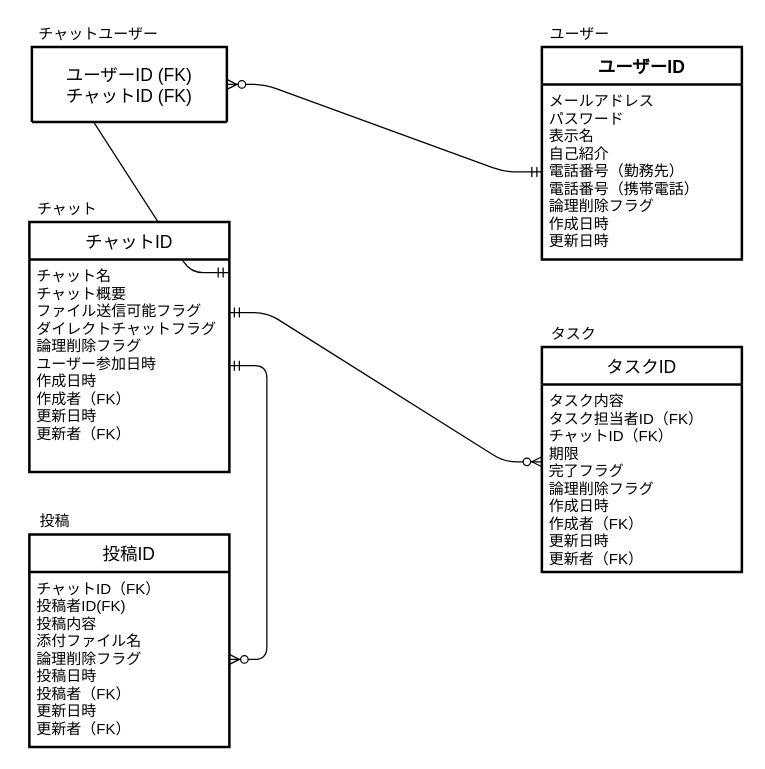
Above: db/db-challenge1/db-challenge1.drawio in labotinc/quelcode-db (draw.io), before the change. Source tidied: cells renumbered, new cells numbered last; positions are measured from the earlier drawing's top-left corner, leaving out a move shared by most shapes. Both pictures are drawn from the tidied source at 125%, with x=0, y=0 at pixel (29, 21).
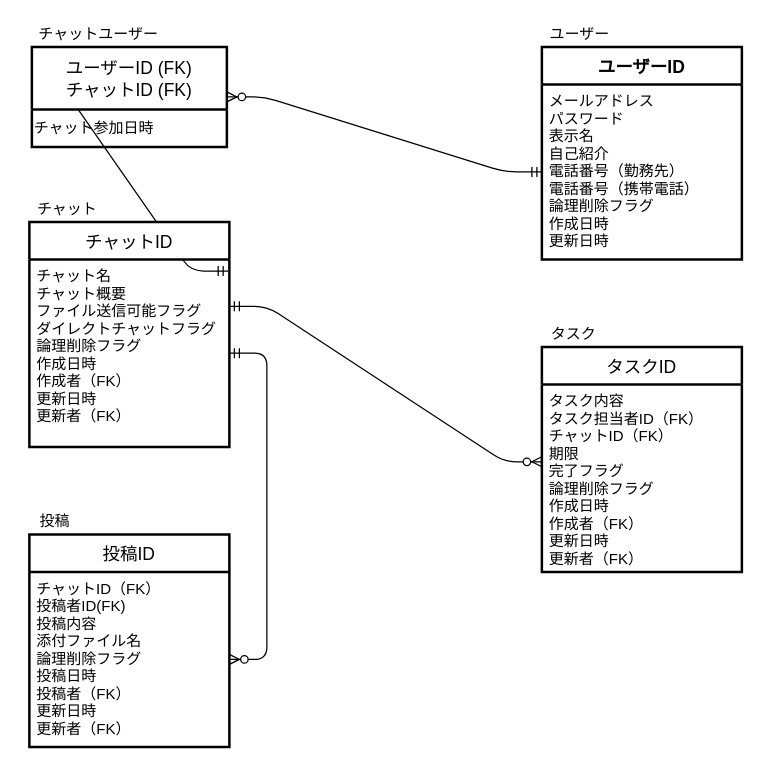
Above is the later version.

Commit message:
チャット参加日時をチャットユーザーエンティティへ移動

Change to the diagram source:
```diff
@@
     <mxCell id="4" value="チャットID" style="swimlane;horizontal=1;startSize=30;rounded=1;fontSize=14;fontStyle=0;strokeWidth=2;shadow=0;dashed=0;align=center;arcSize=0;" parent="1" vertex="1">
-      <mxGeometry y="160" width="160" height="200" as="geometry" />
+      <mxGeometry y="160" width="160" height="180" as="geometry" />
     </mxCell>
-    <mxCell id="5" value="チャット名&#10;チャット概要&#10;ファイル送信可能フラグ&#10;ダイレクトチャットフラグ&#10;論理削除フラグ&#10;ユーザー参加日時&#10;作成日時&#10;作成者（FK）&#10;更新日時&#10;更新者（FK）" style="align=left;strokeColor=none;fillColor=none;spacingLeft=4;fontSize=12;verticalAlign=top;" parent="4" vertex="1">
-      <mxGeometry y="30" width="160" height="170" as="geometry" />
+    <mxCell id="5" value="チャット名&#10;チャット概要&#10;ファイル送信可能フラグ&#10;ダイレクトチャットフラグ&#10;論理削除フラグ&#10;作成日時&#10;作成者（FK）&#10;更新日時&#10;更新者（FK）" style="align=left;strokeColor=none;fillColor=none;spacingLeft=4;fontSize=12;verticalAlign=top;" parent="4" vertex="1">
+      <mxGeometry y="30" width="160" height="150" as="geometry" />
     </mxCell>
@@
-    <mxCell id="7" value="ユーザーID (FK)&#10;チャットID (FK)" style="swimlane;horizontal=1;startSize=120;rounded=1;fontSize=14;fontStyle=0;strokeWidth=2;shadow=0;dashed=0;align=center;arcSize=0;" parent="1" vertex="1">
-      <mxGeometry x="2" y="20" width="156" height="60" as="geometry" />
+    <mxCell id="7" value="ユーザーID (FK)&#10;チャットID (FK)" style="swimlane;horizontal=1;startSize=50;rounded=1;fontSize=14;fontStyle=0;strokeWidth=2;shadow=0;dashed=0;align=center;arcSize=0;" parent="1" vertex="1">
+      <mxGeometry x="2" y="20" width="156" height="80" as="geometry" />
     </mxCell>
+    <mxCell id="20" value="&lt;div&gt;&lt;span&gt;チャット参加日時&lt;/span&gt;&lt;/div&gt;" style="text;html=1;align=left;verticalAlign=middle;" parent="7" vertex="1">
+      <mxGeometry y="50" width="156" height="30" as="geometry" />
+    </mxCell>
```
